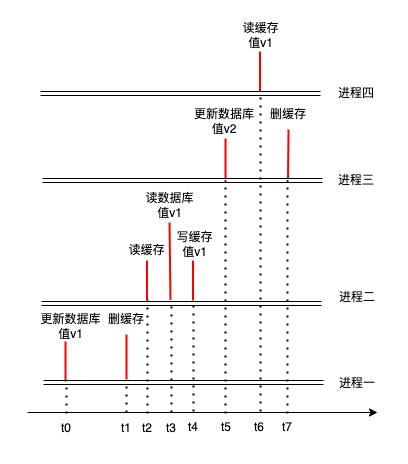
yearnfar/yearnfar.github.io keeps this draw.io diagram as static/images/先更新数据库后删除缓存.drawio.png. Above is the earlier version. Source tidied: cells renumbered, new cells last; positions are measured from the earlier drawing's top-left corner, leaving out a move shared by most shapes.
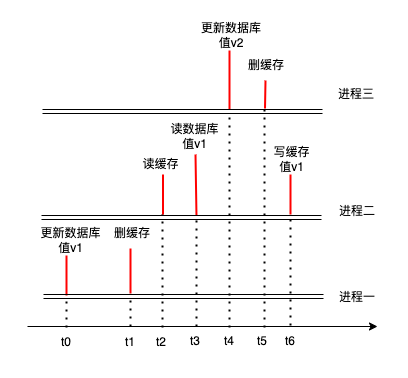
Above is the later version.

Change to the diagram source:
```diff
@@ -5,26 +5,28 @@
     <mxCell id="2" value="更新数据库&lt;br&gt;值v1" style="text;html=1;strokeColor=none;fillColor=none;align=center;verticalAlign=middle;whiteSpace=wrap;rounded=0;" parent="1" vertex="1">
       <mxGeometry x="6" y="291" width="75" height="30" as="geometry" />
     </mxCell>
-    <mxCell id="3" style="endArrow=none;html=1;strokeWidth=2;strokeColor=#FF0000;" parent="1" edge="1">
+    <mxCell id="3" style="endArrow=none;html=1;strokeWidth=2;strokeColor=#FF0000;entryX=0.1;entryY=-0.033;entryDx=0;entryDy=0;entryPerimeter=0;" parent="1" edge="1">
       <mxGeometry relative="1" as="geometry">
-        <mxPoint x="198" y="158" as="sourcePoint" />
-        <mxPoint x="198" y="118" as="targetPoint" />
+        <mxPoint x="202" y="175" as="sourcePoint" />
+        <mxPoint x="202" y="116" as="targetPoint" />
       </mxGeometry>
     </mxCell>
-    <mxCell id="4" style="endArrow=none;html=1;strokeWidth=2;entryX=0.5;entryY=1;entryDx=0;entryDy=0;strokeColor=#FF0000;" parent="1" edge="1" target="15">
+    <mxCell id="4" style="endArrow=none;html=1;strokeWidth=2;strokeColor=#FF0000;" parent="1" edge="1">
       <mxGeometry relative="1" as="geometry">
-        <mxPoint x="260.5" y="158" as="sourcePoint" />
+        <mxPoint x="237.5" y="174" as="sourcePoint" />
+        <mxPoint x="238" y="146" as="targetPoint" />
       </mxGeometry>
     </mxCell>
     <mxCell id="5" style="endArrow=none;html=1;strokeWidth=2;strokeColor=#FF0000;" parent="1" edge="1">
       <mxGeometry relative="1" as="geometry">
-        <mxPoint x="38" y="361" as="sourcePoint" />
-        <mxPoint x="38" y="321" as="targetPoint" />
+        <mxPoint x="39" y="361" as="sourcePoint" />
+        <mxPoint x="39" y="321" as="targetPoint" />
       </mxGeometry>
     </mxCell>
-    <mxCell id="6" style="endArrow=none;html=1;strokeWidth=2;strokeColor=#FF0000;entryX=0.5;entryY=1;entryDx=0;entryDy=0;" parent="1" edge="1" target="9">
+    <mxCell id="6" style="endArrow=none;html=1;strokeWidth=2;strokeColor=#FF0000;entryX=0.5;entryY=1;entryDx=0;entryDy=0;" parent="1" edge="1">
       <mxGeometry relative="1" as="geometry">
-        <mxPoint x="99" y="359" as="sourcePoint" />
+        <mxPoint x="103" y="359" as="sourcePoint" />
+        <mxPoint x="103" y="314" as="targetPoint" />
       </mxGeometry>
     </mxCell>
     <mxCell id="7" value="进程二" style="text;html=1;strokeColor=none;fillColor=none;align=center;verticalAlign=middle;whiteSpace=wrap;rounded=0;" parent="1" vertex="1">
@@ -34,7 +36,7 @@
       <mxGeometry x="300" y="348" width="60" height="30" as="geometry" />
     </mxCell>
     <mxCell id="9" value="删缓存" style="text;html=1;strokeColor=none;fillColor=none;align=center;verticalAlign=middle;whiteSpace=wrap;rounded=0;" parent="1" vertex="1">
-      <mxGeometry x="66" y="284" width="66" height="30" as="geometry" />
+      <mxGeometry x="72" y="284" width="66" height="30" as="geometry" />
     </mxCell>
     <mxCell id="10" style="endArrow=classic;html=1;entryX=0;entryY=0.5;entryDx=0;entryDy=0;shape=link;" parent="1" edge="1">
       <mxGeometry relative="1" as="geometry">
@@ -55,13 +57,13 @@
       </mxGeometry>
     </mxCell>
     <mxCell id="13" value="更新数据库值v2" style="text;html=1;strokeColor=none;fillColor=none;align=center;verticalAlign=middle;whiteSpace=wrap;rounded=0;" parent="1" vertex="1">
-      <mxGeometry x="164.5" y="86" width="63.5" height="30" as="geometry" />
+      <mxGeometry x="171.5" y="86" width="63.5" height="30" as="geometry" />
     </mxCell>
     <mxCell id="14" value="t0" style="text;html=1;strokeColor=none;fillColor=none;align=center;verticalAlign=middle;whiteSpace=wrap;rounded=0;" parent="1" vertex="1">
       <mxGeometry x="9" y="393" width="60" height="30" as="geometry" />
     </mxCell>
     <mxCell id="15" value="删缓存" style="text;html=1;strokeColor=none;fillColor=none;align=center;verticalAlign=middle;whiteSpace=wrap;rounded=0;" parent="1" vertex="1">
-      <mxGeometry x="226" y="79" width="70" height="30" as="geometry" />
+      <mxGeometry x="204" y="116" width="70" height="30" as="geometry" />
     </mxCell>
     <mxCell id="16" style="endArrow=none;dashed=1;html=1;dashPattern=1 3;strokeWidth=2;exitX=0.5;exitY=0;exitDx=0;exitDy=0;" parent="1" edge="1">
       <mxGeometry relative="1" as="geometry">
@@ -71,120 +73,93 @@
     </mxCell>
     <mxCell id="17" style="endArrow=none;dashed=1;html=1;dashPattern=1 3;strokeWidth=2;exitX=0.5;exitY=0;exitDx=0;exitDy=0;" parent="1" edge="1">
       <mxGeometry relative="1" as="geometry">
-        <mxPoint x="198" y="393" as="sourcePoint" />
-        <mxPoint x="198" y="160" as="targetPoint" />
+        <mxPoint x="202" y="393" as="sourcePoint" />
+        <mxPoint x="202" y="180" as="targetPoint" />
       </mxGeometry>
     </mxCell>
     <mxCell id="18" style="endArrow=none;dashed=1;html=1;dashPattern=1 3;strokeWidth=2;exitX=0.5;exitY=0;exitDx=0;exitDy=0;" parent="1" edge="1">
       <mxGeometry relative="1" as="geometry">
-        <mxPoint x="260" y="393" as="sourcePoint" />
-        <mxPoint x="260" y="160" as="targetPoint" />
+        <mxPoint x="237" y="393" as="sourcePoint" />
+        <mxPoint x="237" y="170" as="targetPoint" />
       </mxGeometry>
     </mxCell>
     <mxCell id="19" style="endArrow=none;dashed=1;html=1;dashPattern=1 3;strokeWidth=2;exitX=0.5;exitY=0;exitDx=0;exitDy=0;" parent="1" edge="1">
       <mxGeometry relative="1" as="geometry">
-        <mxPoint x="99" y="392" as="sourcePoint" />
-        <mxPoint x="99" y="361" as="targetPoint" />
+        <mxPoint x="103" y="392" as="sourcePoint" />
+        <mxPoint x="103" y="361" as="targetPoint" />
       </mxGeometry>
     </mxCell>
     <mxCell id="20" value="t1" style="text;html=1;strokeColor=none;fillColor=none;align=center;verticalAlign=middle;whiteSpace=wrap;rounded=0;" parent="1" vertex="1">
-      <mxGeometry x="69" y="393" width="60" height="30" as="geometry" />
+      <mxGeometry x="73" y="393" width="60" height="30" as="geometry" />
     </mxCell>
     <mxCell id="21" value="t2" style="text;html=1;strokeColor=none;fillColor=none;align=center;verticalAlign=middle;whiteSpace=wrap;rounded=0;" parent="1" vertex="1">
-      <mxGeometry x="90" y="393" width="60" height="30" as="geometry" />
+      <mxGeometry x="104" y="393" width="60" height="30" as="geometry" />
     </mxCell>
     <mxCell id="22" value="t3" style="text;html=1;strokeColor=none;fillColor=none;align=center;verticalAlign=middle;whiteSpace=wrap;rounded=0;" parent="1" vertex="1">
-      <mxGeometry x="114" y="393" width="60" height="30" as="geometry" />
+      <mxGeometry x="138" y="392" width="60" height="30" as="geometry" />
     </mxCell>
     <mxCell id="23" style="endArrow=classic;html=1;entryX=0;entryY=0.5;entryDx=0;entryDy=0;shape=link;" parent="1" edge="1">
       <mxGeometry relative="1" as="geometry">
-        <mxPoint x="15" y="160" as="sourcePoint" />
-        <mxPoint x="295" y="160" as="targetPoint" />
+        <mxPoint x="15" y="177" as="sourcePoint" />
+        <mxPoint x="295" y="177" as="targetPoint" />
       </mxGeometry>
     </mxCell>
     <mxCell id="24" style="endArrow=none;dashed=1;html=1;dashPattern=1 3;strokeWidth=2;exitX=0.5;exitY=0;exitDx=0;exitDy=0;" parent="1" edge="1">
       <mxGeometry relative="1" as="geometry">
-        <mxPoint x="120" y="393" as="sourcePoint" />
-        <mxPoint x="120" y="280" as="targetPoint" />
+        <mxPoint x="135" y="393" as="sourcePoint" />
+        <mxPoint x="135" y="280" as="targetPoint" />
       </mxGeometry>
     </mxCell>
     <mxCell id="25" style="endArrow=none;html=1;strokeWidth=2;strokeColor=#FF0000;" parent="1" edge="1">
       <mxGeometry relative="1" as="geometry">
-        <mxPoint x="119.5" y="280" as="sourcePoint" />
-        <mxPoint x="119.5" y="240" as="targetPoint" />
+        <mxPoint x="135.5" y="280" as="sourcePoint" />
+        <mxPoint x="135.5" y="240" as="targetPoint" />
       </mxGeometry>
     </mxCell>
     <mxCell id="26" value="读缓存" style="text;html=1;align=center;verticalAlign=middle;strokeColor=none;fillColor=none;" parent="1" vertex="1">
-      <mxGeometry x="94" y="220" width="50" height="20" as="geometry" />
+      <mxGeometry x="108" y="220" width="50" height="20" as="geometry" />
     </mxCell>
-    <mxCell id="27" style="endArrow=none;html=1;strokeWidth=2;strokeColor=#FF0000;entryX=0.463;entryY=0.983;entryDx=0;entryDy=0;entryPerimeter=0;" parent="1" edge="1">
+    <mxCell id="27" style="endArrow=none;html=1;strokeWidth=2;strokeColor=#FF0000;" parent="1" edge="1">
       <mxGeometry relative="1" as="geometry">
-        <mxPoint x="143" y="279.5" as="sourcePoint" />
-        <mxPoint x="142" y="202" as="targetPoint" />
+        <mxPoint x="169" y="280.5" as="sourcePoint" />
+        <mxPoint x="168" y="220" as="targetPoint" />
       </mxGeometry>
     </mxCell>
     <mxCell id="28" value="读数据库&lt;br&gt;值v1" style="text;html=1;align=center;verticalAlign=middle;strokeColor=none;fillColor=none;" parent="1" vertex="1">
-      <mxGeometry x="112" y="170" width="60" height="30" as="geometry" />
+      <mxGeometry x="137" y="187" width="60" height="30" as="geometry" />
     </mxCell>
     <mxCell id="29" style="endArrow=none;html=1;strokeWidth=2;strokeColor=#FF0000;" parent="1" edge="1">
       <mxGeometry relative="1" as="geometry">
-        <mxPoint x="165.5" y="280" as="sourcePoint" />
-        <mxPoint x="165.5" y="240" as="targetPoint" />
+        <mxPoint x="263" y="280" as="sourcePoint" />
+        <mxPoint x="263" y="240" as="targetPoint" />
       </mxGeometry>
     </mxCell>
     <mxCell id="30" value="写缓存&lt;br&gt;值v1" style="text;html=1;align=center;verticalAlign=middle;strokeColor=none;fillColor=none;" parent="1" vertex="1">
-      <mxGeometry x="142" y="209" width="50" height="30" as="geometry" />
+      <mxGeometry x="239" y="210" width="50" height="30" as="geometry" />
     </mxCell>
     <mxCell id="31" style="endArrow=none;dashed=1;html=1;dashPattern=1 3;strokeWidth=2;exitX=0.5;exitY=0;exitDx=0;exitDy=0;" parent="1" edge="1">
       <mxGeometry relative="1" as="geometry">
-        <mxPoint x="144" y="392" as="sourcePoint" />
-        <mxPoint x="144" y="280" as="targetPoint" />
+        <mxPoint x="169" y="392" as="sourcePoint" />
+        <mxPoint x="169" y="280" as="targetPoint" />
       </mxGeometry>
     </mxCell>
-    <mxCell id="32" style="endArrow=none;dashed=1;html=1;dashPattern=1 3;strokeWidth=2;exitX=0.5;exitY=0;exitDx=0;exitDy=0;" parent="1" edge="1">
-      <mxGeometry relative="1" as="geometry">
-        <mxPoint x="233" y="391" as="sourcePoint" />
-        <mxPoint x="233" y="75" as="targetPoint" />
-      </mxGeometry>
-    </mxCell>
     <mxCell id="33" value="进程三" style="text;html=1;strokeColor=none;fillColor=none;align=center;verticalAlign=middle;whiteSpace=wrap;rounded=0;" parent="1" vertex="1">
       <mxGeometry x="299" y="145" width="60" height="30" as="geometry" />
     </mxCell>
     <mxCell id="34" value="t4" style="text;html=1;strokeColor=none;fillColor=none;align=center;verticalAlign=middle;whiteSpace=wrap;rounded=0;" parent="1" vertex="1">
-      <mxGeometry x="136" y="392" width="60" height="30" as="geometry" />
+      <mxGeometry x="171.5" y="392" width="60" height="30" as="geometry" />
     </mxCell>
     <mxCell id="35" value="t6" style="text;html=1;strokeColor=none;fillColor=none;align=center;verticalAlign=middle;whiteSpace=wrap;rounded=0;" parent="1" vertex="1">
-      <mxGeometry x="202" y="392" width="60" height="30" as="geometry" />
+      <mxGeometry x="233" y="392" width="60" height="30" as="geometry" />
     </mxCell>
     <mxCell id="36" value="t5" style="text;html=1;strokeColor=none;fillColor=none;align=center;verticalAlign=middle;whiteSpace=wrap;rounded=0;" parent="1" vertex="1">
-      <mxGeometry x="169" y="392" width="60" height="30" as="geometry" />
+      <mxGeometry x="205" y="392" width="60" height="30" as="geometry" />
     </mxCell>
     <mxCell id="37" style="endArrow=none;dashed=1;html=1;dashPattern=1 3;strokeWidth=2;exitX=0.5;exitY=0;exitDx=0;exitDy=0;" parent="1" edge="1">
       <mxGeometry relative="1" as="geometry">
-        <mxPoint x="166" y="391" as="sourcePoint" />
-        <mxPoint x="166" y="280" as="targetPoint" />
+        <mxPoint x="263" y="391" as="sourcePoint" />
+        <mxPoint x="263" y="280" as="targetPoint" />
       </mxGeometry>
     </mxCell>
-    <mxCell id="38" style="endArrow=classic;html=1;entryX=0;entryY=0.5;entryDx=0;entryDy=0;shape=link;" parent="1" edge="1">
-      <mxGeometry relative="1" as="geometry">
-        <mxPoint x="13" y="73" as="sourcePoint" />
-        <mxPoint x="293" y="73" as="targetPoint" />
-      </mxGeometry>
-    </mxCell>
-    <mxCell id="39" value="进程四" style="text;html=1;strokeColor=none;fillColor=none;align=center;verticalAlign=middle;whiteSpace=wrap;rounded=0;" parent="1" vertex="1">
-      <mxGeometry x="299" y="58" width="60" height="30" as="geometry" />
-    </mxCell>
-    <mxCell id="40" style="endArrow=none;html=1;strokeWidth=2;entryX=0.5;entryY=1;entryDx=0;entryDy=0;strokeColor=#FF0000;" parent="1" edge="1">
-      <mxGeometry relative="1" as="geometry">
-        <mxPoint x="232.5" y="71" as="sourcePoint" />
-        <mxPoint x="232.5" y="31" as="targetPoint" />
-      </mxGeometry>
-    </mxCell>
-    <mxCell id="41" value="读缓存&lt;br&gt;值v1" style="text;html=1;align=center;verticalAlign=middle;strokeColor=none;fillColor=none;" parent="1" vertex="1">
-      <mxGeometry x="208" width="50" height="30" as="geometry" />
-    </mxCell>
-    <mxCell id="42" value="t7" style="text;html=1;strokeColor=none;fillColor=none;align=center;verticalAlign=middle;whiteSpace=wrap;rounded=0;" parent="1" vertex="1">
-      <mxGeometry x="230" y="392" width="60" height="30" as="geometry" />
-    </mxCell>
   </root>
 </mxGraphModel>
```
